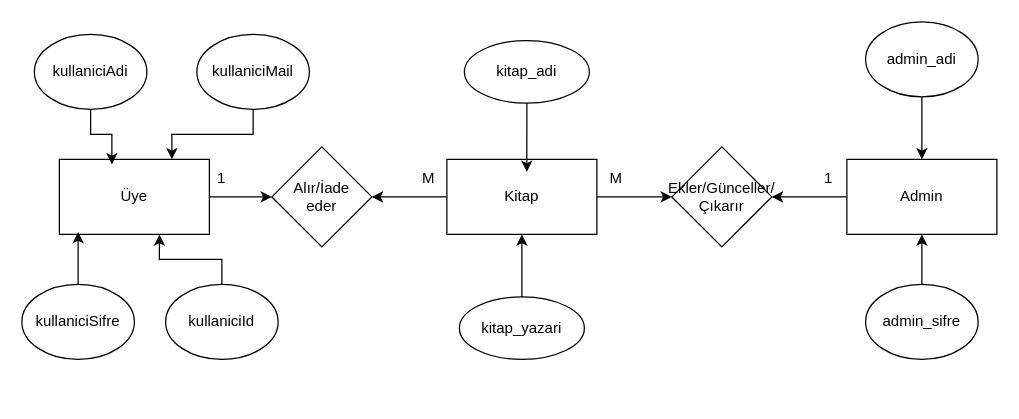
The draw.io diagram ER ilişkisi.drawio in Halilkaya734TR/Library, before the edit. Source tidied: cells renumbered, new cells numbered last; positions are measured from the earlier drawing's top-left corner, leaving out a move shared by most shapes. Both pictures are drawn from the tidied source at 125%, with x=0, y=0 at pixel (21, 21).
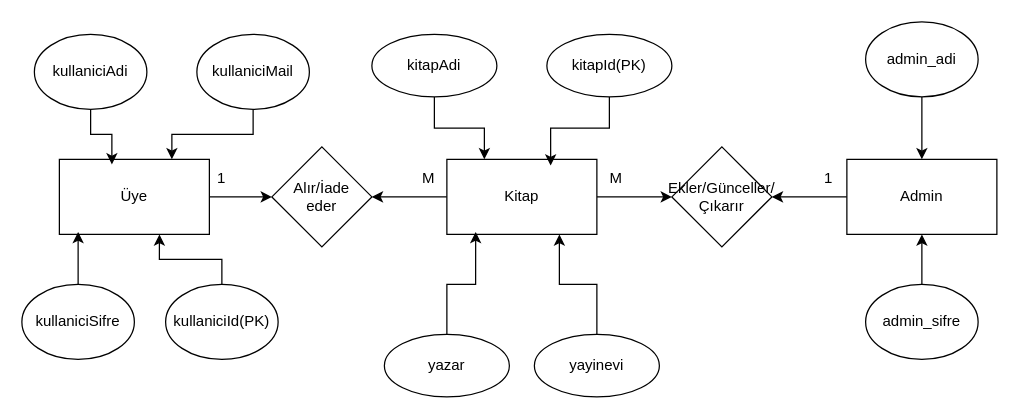
The same page after the edit.

Commit message (it also covers changes not shown here):
feat:Yeni resim eklendi!

The change refers to these unchanged cells:
```xml
<mxCell id="4" value="Kitap" style="rounded=0;whiteSpace=wrap;html=1;" parent="1" vertex="1">
  <mxGeometry x="340" y="110" width="120" height="60" as="geometry" />
</mxCell>
```

Diff of the diagram source:
```diff
@@
+    <mxCell id="27" style="edgeStyle=orthogonalEdgeStyle;rounded=0;jettySize=auto;html=1;exitX=0.5;exitY=1;exitDx=0;exitDy=0;entryX=0.25;entryY=0;entryDx=0;entryDy=0;" parent="1" edge="1" source="24" target="4">
+      <mxGeometry relative="1" as="geometry" />
+    </mxCell>
-    <mxCell id="24" value="kitap_adi" style="ellipse;whiteSpace=wrap;html=1;" parent="1" vertex="1">
-      <mxGeometry x="354" y="15" width="100" height="50" as="geometry" />
+    <mxCell id="24" value="kitapAdi" style="ellipse;whiteSpace=wrap;html=1;" parent="1" vertex="1">
+      <mxGeometry x="280" y="10" width="100" height="50" as="geometry" />
     </mxCell>
-    <mxCell id="25" style="edgeStyle=orthogonalEdgeStyle;rounded=0;jettySize=auto;html=1;exitX=0.5;exitY=0;exitDx=0;exitDy=0;entryX=0.5;entryY=1;entryDx=0;entryDy=0;" parent="1" edge="1" source="26" target="4">
-      <mxGeometry relative="1" as="geometry" />
-    </mxCell>
-    <mxCell id="26" value="kitap_yazari" style="ellipse;whiteSpace=wrap;html=1;" parent="1" vertex="1">
-      <mxGeometry x="350" y="220" width="100" height="50" as="geometry" />
+    <mxCell id="26" value="yazar" style="ellipse;whiteSpace=wrap;html=1;" parent="1" vertex="1">
+      <mxGeometry x="290" y="250" width="100" height="50" as="geometry" />
     </mxCell>
-    <mxCell id="27" style="edgeStyle=orthogonalEdgeStyle;rounded=0;jettySize=auto;html=1;exitX=0.5;exitY=1;exitDx=0;exitDy=0;entryX=0.533;entryY=0.167;entryDx=0;entryDy=0;entryPerimeter=0;" parent="1" edge="1" source="24" target="4">
-      <mxGeometry relative="1" as="geometry" />
-    </mxCell>
@@
-    <mxCell id="29" value="kullaniciId" style="ellipse;whiteSpace=wrap;html=1;" parent="1" vertex="1">
+    <mxCell id="29" value="kullaniciId(PK)" style="ellipse;whiteSpace=wrap;html=1;" parent="1" vertex="1">
       <mxGeometry x="115" y="210" width="90" height="60" as="geometry" />
     </mxCell>
@@
+    <mxCell id="31" value="kitapId(PK)" style="ellipse;whiteSpace=wrap;html=1;" parent="1" vertex="1">
+      <mxGeometry x="420" y="10" width="100" height="50" as="geometry" />
+    </mxCell>
+    <mxCell id="32" style="edgeStyle=orthogonalEdgeStyle;rounded=0;jettySize=auto;html=1;exitX=0.5;exitY=0;exitDx=0;exitDy=0;entryX=0.75;entryY=1;entryDx=0;entryDy=0;" parent="1" edge="1" source="33" target="4">
+      <mxGeometry relative="1" as="geometry" />
+    </mxCell>
+    <mxCell id="33" value="yayinevi" style="ellipse;whiteSpace=wrap;html=1;" parent="1" vertex="1">
+      <mxGeometry x="410" y="250" width="100" height="50" as="geometry" />
+    </mxCell>
+    <mxCell id="34" style="edgeStyle=orthogonalEdgeStyle;rounded=0;jettySize=auto;html=1;exitX=0.5;exitY=1;exitDx=0;exitDy=0;entryX=0.692;entryY=0.083;entryDx=0;entryDy=0;entryPerimeter=0;" parent="1" edge="1" source="31" target="4">
+      <mxGeometry relative="1" as="geometry" />
+    </mxCell>
+    <mxCell id="25" style="edgeStyle=orthogonalEdgeStyle;rounded=0;jettySize=auto;html=1;exitX=0.5;exitY=0;exitDx=0;exitDy=0;entryX=0.192;entryY=0.967;entryDx=0;entryDy=0;entryPerimeter=0;" parent="1" edge="1" source="26" target="4">
+      <mxGeometry relative="1" as="geometry" />
+    </mxCell>
```
